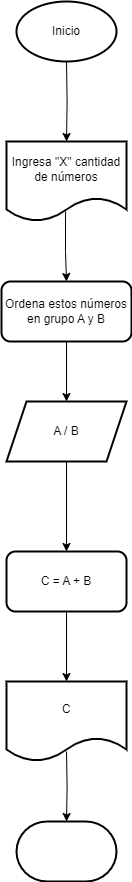
revertd/class-projects keeps this draw.io diagram as Diagrama sin títut4qlo.drawio.png. Above is the earlier version. Source tidied: cells renumbered, new cells last; positions are measured from the earlier drawing's top-left corner, leaving out a move shared by most shapes. The source it was exported from:
```xml
<mxGraphModel>
  <root>
    <mxCell id="0" />
    <mxCell id="1" parent="0" />
    <mxCell id="2" value="Inicio" style="strokeWidth=2;html=1;shape=mxgraph.flowchart.start_1;whiteSpace=wrap;" parent="1" vertex="1">
      <mxGeometry x="15" width="100" height="60" as="geometry" />
    </mxCell>
    <mxCell id="3" style="edgeStyle=orthogonalEdgeStyle;rounded=0;jettySize=auto;html=1;" parent="1" edge="1" target="5">
      <mxGeometry relative="1" as="geometry">
        <mxPoint x="65" y="60" as="sourcePoint" />
      </mxGeometry>
    </mxCell>
    <mxCell id="4" style="edgeStyle=orthogonalEdgeStyle;rounded=0;jettySize=auto;html=1;exitX=0.492;exitY=0.875;exitDx=0;exitDy=0;exitPerimeter=0;" parent="1" edge="1" source="5" target="11">
      <mxGeometry relative="1" as="geometry" />
    </mxCell>
    <mxCell id="5" value="Ingresa &quot;X&quot; cantidad de números" style="shape=document;whiteSpace=wrap;html=1;boundedLbl=1;strokeWidth=2;" parent="1" vertex="1">
      <mxGeometry x="5" y="140" width="120" height="80" as="geometry" />
    </mxCell>
    <mxCell id="6" style="edgeStyle=orthogonalEdgeStyle;rounded=0;jettySize=auto;html=1;" parent="1" edge="1" source="7" target="9">
      <mxGeometry relative="1" as="geometry" />
    </mxCell>
    <mxCell id="7" value="A / B" style="shape=parallelogram;perimeter=parallelogramPerimeter;whiteSpace=wrap;html=1;fixedSize=1;strokeWidth=2;" parent="1" vertex="1">
      <mxGeometry x="5" y="400" width="120" height="60" as="geometry" />
    </mxCell>
    <mxCell id="8" style="edgeStyle=orthogonalEdgeStyle;rounded=0;jettySize=auto;html=1;" parent="1" edge="1" source="9" target="14">
      <mxGeometry relative="1" as="geometry" />
    </mxCell>
    <mxCell id="9" value="C = A + B" style="rounded=1;whiteSpace=wrap;html=1;strokeWidth=2;" parent="1" vertex="1">
      <mxGeometry x="5" y="550" width="120" height="60" as="geometry" />
    </mxCell>
    <mxCell id="10" style="edgeStyle=orthogonalEdgeStyle;rounded=0;jettySize=auto;html=1;exitX=0.5;exitY=1;exitDx=0;exitDy=0;entryX=0.5;entryY=0;entryDx=0;entryDy=0;" parent="1" edge="1" source="11" target="7">
      <mxGeometry relative="1" as="geometry" />
    </mxCell>
    <mxCell id="11" value="Ordena estos números en grupo A y B" style="rounded=1;whiteSpace=wrap;html=1;strokeWidth=2;" parent="1" vertex="1">
      <mxGeometry y="280" width="130" height="60" as="geometry" />
    </mxCell>
    <mxCell id="12" style="endArrow=classic;html=1;rounded=0;" parent="1" edge="1" target="11">
      <mxGeometry relative="1" as="geometry">
        <mxPoint x="65" y="340" as="sourcePoint" />
      </mxGeometry>
    </mxCell>
    <mxCell id="13" style="edgeStyle=orthogonalEdgeStyle;rounded=0;jettySize=auto;html=1;" parent="1" edge="1" target="15">
      <mxGeometry relative="1" as="geometry">
        <mxPoint x="65" y="750" as="sourcePoint" />
      </mxGeometry>
    </mxCell>
    <mxCell id="14" value="C" style="shape=document;whiteSpace=wrap;html=1;boundedLbl=1;rounded=1;strokeWidth=2;" parent="1" vertex="1">
      <mxGeometry x="5" y="680" width="120" height="80" as="geometry" />
    </mxCell>
    <mxCell id="15" style="strokeWidth=2;html=1;shape=mxgraph.flowchart.terminator;whiteSpace=wrap;" parent="1" vertex="1">
      <mxGeometry x="15" y="820" width="100" height="60" as="geometry" />
    </mxCell>
  </root>
</mxGraphModel>
```
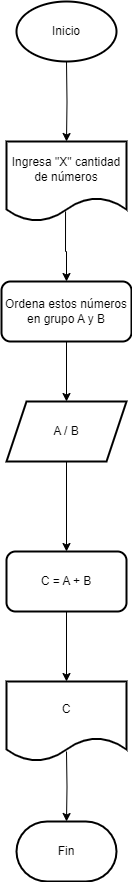
The same file after the commit.

The edit, as a diff of the source:
```diff
@@ -47,7 +47,7 @@
     <mxCell id="14" value="C" style="shape=document;whiteSpace=wrap;html=1;boundedLbl=1;rounded=1;strokeWidth=2;" parent="1" vertex="1">
       <mxGeometry x="5" y="680" width="120" height="80" as="geometry" />
     </mxCell>
-    <mxCell id="15" style="strokeWidth=2;html=1;shape=mxgraph.flowchart.terminator;whiteSpace=wrap;" parent="1" vertex="1">
+    <mxCell id="15" value="Fin" style="strokeWidth=2;html=1;shape=mxgraph.flowchart.terminator;whiteSpace=wrap;" parent="1" vertex="1">
       <mxGeometry x="15" y="820" width="100" height="60" as="geometry" />
     </mxCell>
   </root>
```
